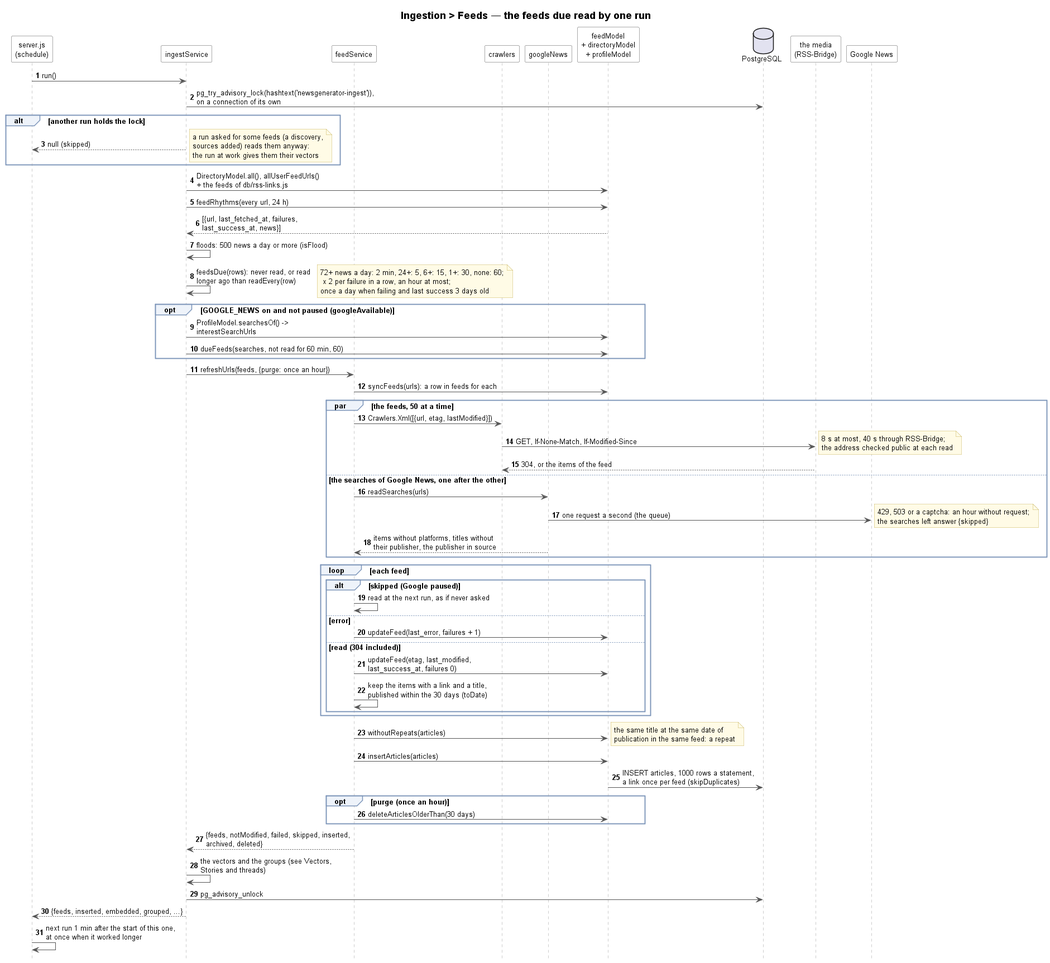
Earlier version of the PlantUML export docs/ingestion/feeds/ingestion-feeds-sequence.png (TPI2026-NewsGenerator/NewsGenerator-Backend).
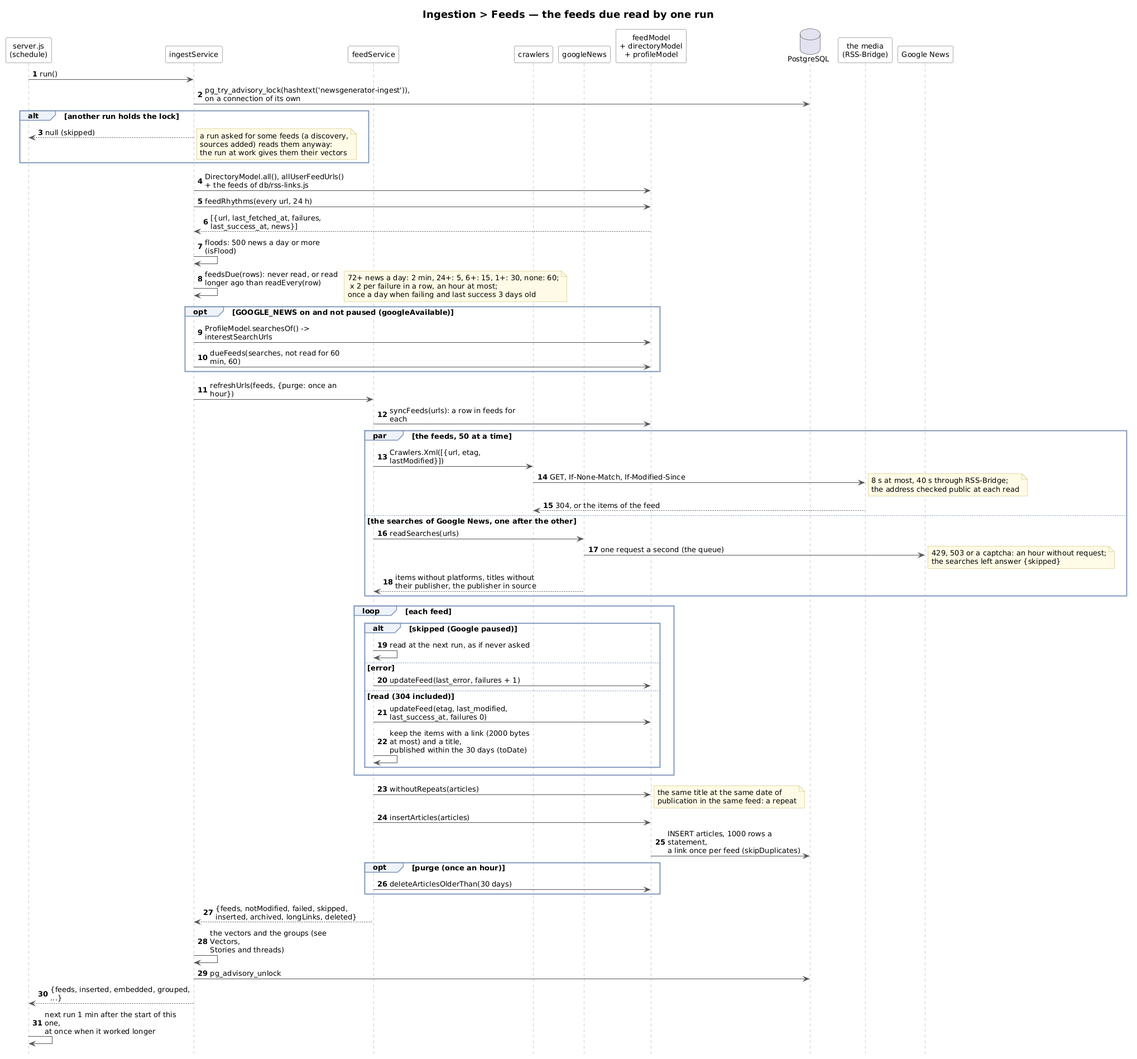
After the change.

Commit message:
A news whose link is over 2000 bytes is not saved: one of 3600 failed the whole INSERT of a run

Diff of the diagram source:
```diff
@@ -48,7 +48,7 @@
         Feeds -> Model : updateFeed(last_error, failures + 1)
     else read (304 included)
         Feeds -> Model : updateFeed(etag, last_modified,\nlast_success_at, failures 0)
-        Feeds -> Feeds : keep the items with a link and a title,\npublished within the 30 days (toDate)
+        Feeds -> Feeds : keep the items with a link (2000 bytes at most) and a title,\npublished within the 30 days (toDate)
     end
 end
 Feeds -> Model : withoutRepeats(articles)
@@ -58,7 +58,7 @@
 opt purge (once an hour)
     Feeds -> Model : deleteArticlesOlderThan(30 days)
 end
-Feeds --> Ingest : {feeds, notModified, failed, skipped, inserted, archived, deleted}
+Feeds --> Ingest : {feeds, notModified, failed, skipped, inserted, archived, longLinks, deleted}
 Ingest -> Ingest : the vectors and the groups (see Vectors,\nStories and threads)
 Ingest -> DB : pg_advisory_unlock
 Ingest --> Timer : {feeds, inserted, embedded, grouped, ...}
```
